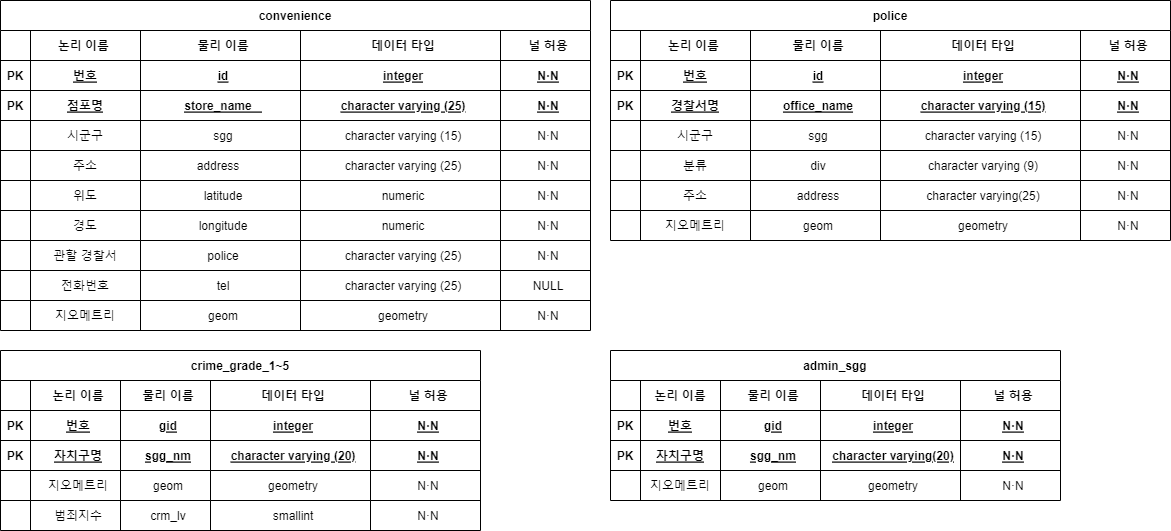
ssing365/ansimMap keeps this draw.io diagram as ERD.drawio.png. Above is the earlier version. Source tidied: cells renumbered, new cells last; positions are measured from the earlier drawing's top-left corner, leaving out a move shared by most shapes.
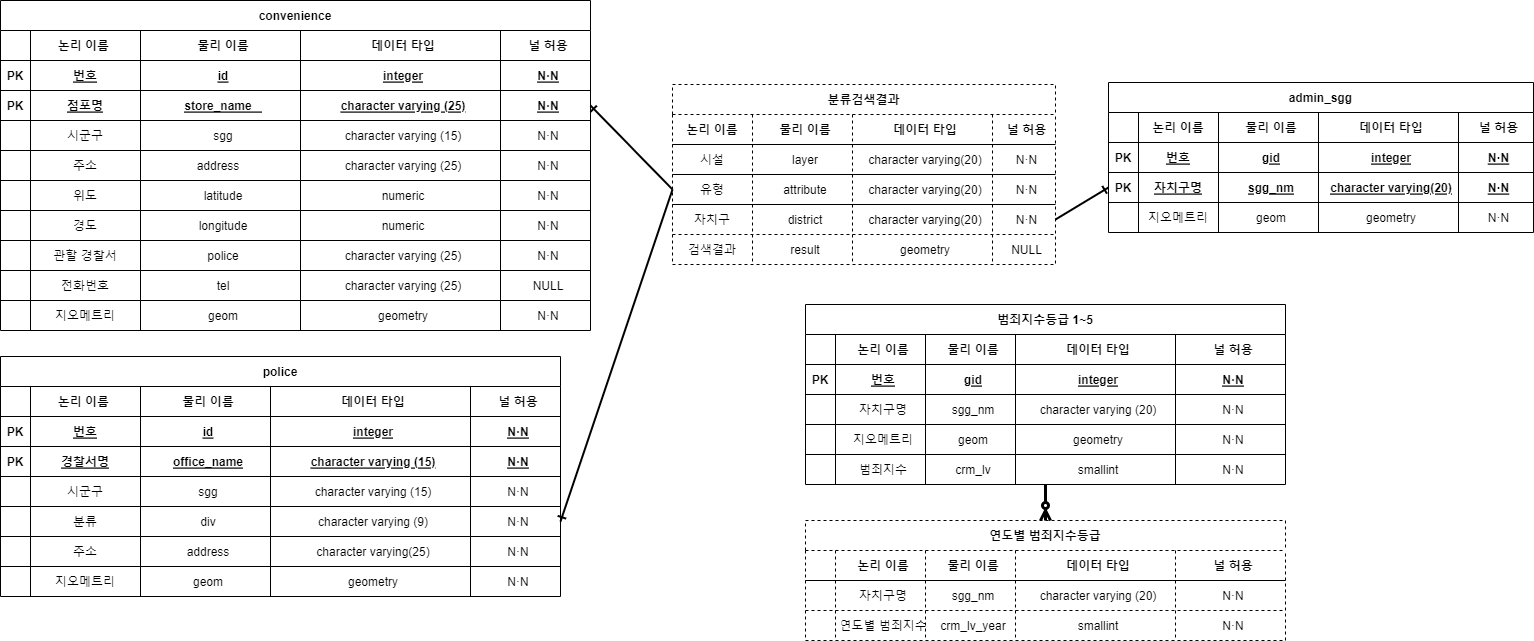
The same file after the commit.

Commit message:
ERD 업데이트

The edit, as a diff of the source:
```diff
@@ -3,7 +3,7 @@
     <mxCell id="0" />
     <mxCell id="1" parent="0" />
     <mxCell id="2" value="convenience" style="shape=table;startSize=30;rowLines=1;fontStyle=1;align=center;resizeLastRow=0;horizontal=1;" parent="1" vertex="1">
-      <mxGeometry width="590" height="330" as="geometry" />
+      <mxGeometry x="-169" y="-117" width="590" height="330" as="geometry" />
     </mxCell>
     <mxCell id="3" style="shape=partialRectangle;fillColor=none;top=0;left=0;right=0;bottom=1;" parent="2" vertex="1">
       <mxGeometry y="30" width="590" height="30" as="geometry" />
@@ -186,10 +186,10 @@
       <mxGeometry x="500" width="90" height="30" as="geometry" />
     </mxCell>
     <mxCell id="63" value="admin_sgg" style="shape=table;startSize=30;rowLines=0;fontStyle=1;align=center;" parent="1" vertex="1">
-      <mxGeometry x="610" y="350" width="450" height="150" as="geometry" />
+      <mxGeometry x="939" y="-35" width="425" height="150" as="geometry" />
     </mxCell>
     <mxCell id="64" style="shape=tableRow;horizontal=0;startSize=0;swimlaneHead=0;swimlaneBody=0;fillColor=none;top=0;left=0;right=0;bottom=1;" parent="63" vertex="1">
-      <mxGeometry y="30" width="450" height="30" as="geometry" />
+      <mxGeometry y="30" width="425" height="30" as="geometry" />
     </mxCell>
     <mxCell id="65" style="shape=partialRectangle;fillColor=none;top=0;left=0;bottom=0;right=0;fontStyle=1;overflow=hidden;" parent="64" vertex="1">
       <mxGeometry width="30" height="30" as="geometry" />
@@ -204,10 +204,10 @@
       <mxGeometry x="210" width="140" height="30" as="geometry" />
     </mxCell>
     <mxCell id="69" value="널 허용" style="shape=partialRectangle;fillColor=none;top=0;left=0;bottom=0;right=0;align=center;spacingLeft=6;fontStyle=1;overflow=hidden;" parent="64" vertex="1">
-      <mxGeometry x="350" width="100" height="30" as="geometry" />
+      <mxGeometry x="350" width="75" height="30" as="geometry" />
     </mxCell>
     <mxCell id="70" style="shape=tableRow;horizontal=0;startSize=0;swimlaneHead=0;swimlaneBody=0;fillColor=none;top=0;left=0;right=0;bottom=1;" parent="63" vertex="1">
-      <mxGeometry y="60" width="450" height="30" as="geometry" />
+      <mxGeometry y="60" width="425" height="30" as="geometry" />
     </mxCell>
     <mxCell id="71" value="PK" style="shape=partialRectangle;fillColor=none;top=0;left=0;bottom=0;right=0;fontStyle=1;overflow=hidden;" parent="70" vertex="1">
       <mxGeometry width="30" height="30" as="geometry" />
@@ -222,10 +222,10 @@
       <mxGeometry x="210" width="140" height="30" as="geometry" />
     </mxCell>
     <mxCell id="75" value="N·N" style="shape=partialRectangle;fillColor=none;top=0;left=0;bottom=0;right=0;align=center;spacingLeft=6;fontStyle=5;overflow=hidden;" parent="70" vertex="1">
-      <mxGeometry x="350" width="100" height="30" as="geometry" />
+      <mxGeometry x="350" width="75" height="30" as="geometry" />
     </mxCell>
     <mxCell id="76" style="shape=tableRow;horizontal=0;startSize=0;swimlaneHead=0;swimlaneBody=0;fillColor=none;points=[[0,0.5],[1,0.5]];portConstraint=eastwest;top=0;left=0;right=0;bottom=1;" parent="63" vertex="1">
-      <mxGeometry y="90" width="450" height="30" as="geometry" />
+      <mxGeometry y="90" width="425" height="30" as="geometry" />
     </mxCell>
     <mxCell id="77" value="PK" style="shape=partialRectangle;fillColor=none;top=0;left=0;bottom=0;right=0;fontStyle=1;overflow=hidden;" parent="76" vertex="1">
       <mxGeometry width="30" height="30" as="geometry" />
@@ -240,10 +240,10 @@
       <mxGeometry x="210" width="140" height="30" as="geometry" />
     </mxCell>
     <mxCell id="81" value="N·N" style="shape=partialRectangle;fillColor=none;top=0;left=0;bottom=0;right=0;align=center;spacingLeft=6;fontStyle=5;overflow=hidden;" parent="76" vertex="1">
-      <mxGeometry x="350" width="100" height="30" as="geometry" />
+      <mxGeometry x="350" width="75" height="30" as="geometry" />
     </mxCell>
     <mxCell id="82" style="shape=tableRow;horizontal=0;startSize=0;swimlaneHead=0;swimlaneBody=0;fillColor=none;top=0;left=0;right=0;bottom=0;" parent="63" vertex="1">
-      <mxGeometry y="120" width="450" height="30" as="geometry" />
+      <mxGeometry y="120" width="425" height="30" as="geometry" />
     </mxCell>
     <mxCell id="83" style="shape=partialRectangle;fillColor=none;top=0;left=0;bottom=0;right=0;overflow=hidden;" parent="82" vertex="1">
       <mxGeometry width="30" height="30" as="geometry" />
@@ -258,10 +258,10 @@
       <mxGeometry x="210" width="140" height="30" as="geometry" />
     </mxCell>
     <mxCell id="87" value="N·N" style="shape=partialRectangle;fillColor=none;top=0;left=0;bottom=0;right=0;align=center;spacingLeft=6;overflow=hidden;" parent="82" vertex="1">
-      <mxGeometry x="350" width="100" height="30" as="geometry" />
+      <mxGeometry x="350" width="75" height="30" as="geometry" />
     </mxCell>
     <mxCell id="88" value="police" style="shape=table;startSize=30;rowLines=1;fontStyle=1;align=center;resizeLastRow=0;horizontal=1;" parent="1" vertex="1">
-      <mxGeometry x="610" width="560" height="240" as="geometry" />
+      <mxGeometry x="-169" y="239" width="560" height="240" as="geometry" />
     </mxCell>
     <mxCell id="89" style="shape=partialRectangle;fillColor=none;top=0;left=0;right=0;bottom=1;" parent="88" vertex="1">
       <mxGeometry y="30" width="560" height="30" as="geometry" />
@@ -389,8 +389,8 @@
     <mxCell id="130" value="N·N" style="shape=partialRectangle;overflow=hidden;fillColor=none;top=0;left=0;bottom=0;right=0;align=center;spacingLeft=6;" parent="125" vertex="1">
       <mxGeometry x="470" width="90" height="30" as="geometry" />
     </mxCell>
-    <mxCell id="131" value="crime_grade_1~5" style="shape=table;startSize=30;rowLines=1;fontStyle=1;align=center;" parent="1" vertex="1">
-      <mxGeometry y="350" width="480" height="180" as="geometry" />
+    <mxCell id="131" value="범죄지수등급 1~5" style="shape=table;startSize=30;rowLines=1;fontStyle=1;align=center;" parent="1" vertex="1">
+      <mxGeometry x="636" y="187" width="480" height="180" as="geometry" />
     </mxCell>
     <mxCell id="132" style="shape=tableRow;horizontal=0;startSize=0;swimlaneHead=0;swimlaneBody=0;fillColor=none;top=0;left=0;right=0;bottom=1;" parent="131" vertex="1">
       <mxGeometry y="30" width="480" height="30" as="geometry" />
@@ -431,19 +431,19 @@
     <mxCell id="144" style="shape=tableRow;horizontal=0;startSize=0;swimlaneHead=0;swimlaneBody=0;fillColor=none;top=0;left=0;right=0;bottom=0;" parent="131" vertex="1">
       <mxGeometry y="90" width="480" height="30" as="geometry" />
     </mxCell>
-    <mxCell id="145" value="PK" style="shape=partialRectangle;fillColor=none;top=0;left=0;bottom=0;right=0;overflow=hidden;fontStyle=1;" parent="144" vertex="1">
+    <mxCell id="145" style="shape=partialRectangle;fillColor=none;top=0;left=0;bottom=0;right=0;overflow=hidden;fontStyle=1;" parent="144" vertex="1">
       <mxGeometry width="30" height="30" as="geometry" />
     </mxCell>
-    <mxCell id="146" value="자치구명" style="shape=partialRectangle;fillColor=none;top=0;left=0;bottom=0;right=0;align=center;spacingLeft=6;overflow=hidden;fontStyle=5;" parent="144" vertex="1">
+    <mxCell id="146" value="자치구명" style="shape=partialRectangle;fillColor=none;top=0;left=0;bottom=0;right=0;align=center;spacingLeft=6;overflow=hidden;fontStyle=0;" parent="144" vertex="1">
       <mxGeometry x="30" width="90" height="30" as="geometry" />
     </mxCell>
-    <mxCell id="147" value="sgg_nm" style="shape=partialRectangle;fillColor=none;top=0;left=0;bottom=0;right=0;align=center;spacingLeft=6;overflow=hidden;fontStyle=5;" parent="144" vertex="1">
+    <mxCell id="147" value="sgg_nm" style="shape=partialRectangle;fillColor=none;top=0;left=0;bottom=0;right=0;align=center;spacingLeft=6;overflow=hidden;fontStyle=0;" parent="144" vertex="1">
       <mxGeometry x="120" width="90" height="30" as="geometry" />
     </mxCell>
-    <mxCell id="148" value="character varying (20)" style="shape=partialRectangle;fillColor=none;top=0;left=0;bottom=0;right=0;align=center;spacingLeft=6;overflow=hidden;fontStyle=5;" parent="144" vertex="1">
+    <mxCell id="148" value="character varying (20)" style="shape=partialRectangle;fillColor=none;top=0;left=0;bottom=0;right=0;align=center;spacingLeft=6;overflow=hidden;fontStyle=0;" parent="144" vertex="1">
       <mxGeometry x="210" width="160" height="30" as="geometry" />
     </mxCell>
-    <mxCell id="149" value="N·N" style="shape=partialRectangle;fillColor=none;top=0;left=0;bottom=0;right=0;align=center;spacingLeft=6;overflow=hidden;fontStyle=5;" parent="144" vertex="1">
+    <mxCell id="149" value="N·N" style="shape=partialRectangle;fillColor=none;top=0;left=0;bottom=0;right=0;align=center;spacingLeft=6;overflow=hidden;fontStyle=0;" parent="144" vertex="1">
       <mxGeometry x="370" width="110" height="30" as="geometry" />
     </mxCell>
     <mxCell id="150" style="shape=tableRow;horizontal=0;startSize=0;swimlaneHead=0;swimlaneBody=0;fillColor=none;top=0;left=0;right=0;bottom=0;" parent="131" vertex="1">
@@ -482,5 +482,152 @@
     <mxCell id="161" value="N·N" style="shape=partialRectangle;fillColor=none;top=0;left=0;bottom=0;right=0;align=center;spacingLeft=6;overflow=hidden;" parent="156" vertex="1">
       <mxGeometry x="370" width="110" height="30" as="geometry" />
     </mxCell>
+    <mxCell id="162" value="연도별 범죄지수등급" style="shape=table;startSize=30;rowLines=1;fontStyle=1;align=center;dashed=1;" parent="1" vertex="1">
+      <mxGeometry x="636" y="403" width="480" height="120" as="geometry" />
+    </mxCell>
+    <mxCell id="163" style="shape=tableRow;horizontal=0;startSize=0;swimlaneHead=0;swimlaneBody=0;fillColor=none;top=0;left=0;right=0;bottom=1;" parent="162" vertex="1">
+      <mxGeometry y="30" width="480" height="30" as="geometry" />
+    </mxCell>
+    <mxCell id="164" style="shape=partialRectangle;fillColor=none;top=0;left=0;bottom=0;right=0;fontStyle=1;overflow=hidden;" parent="163" vertex="1">
+      <mxGeometry width="30" height="30" as="geometry" />
+    </mxCell>
+    <mxCell id="165" value="논리 이름" style="shape=partialRectangle;fillColor=none;top=0;left=0;bottom=0;right=0;align=center;spacingLeft=6;fontStyle=1;overflow=hidden;" parent="163" vertex="1">
+      <mxGeometry x="30" width="90" height="30" as="geometry" />
+    </mxCell>
+    <mxCell id="166" value="물리 이름" style="shape=partialRectangle;fillColor=none;top=0;left=0;bottom=0;right=0;align=center;spacingLeft=6;fontStyle=1;overflow=hidden;" parent="163" vertex="1">
+      <mxGeometry x="120" width="90" height="30" as="geometry" />
+    </mxCell>
+    <mxCell id="167" value="데이터 타입" style="shape=partialRectangle;fillColor=none;top=0;left=0;bottom=0;right=0;align=center;spacingLeft=6;fontStyle=1;overflow=hidden;" parent="163" vertex="1">
+      <mxGeometry x="210" width="160" height="30" as="geometry" />
+    </mxCell>
+    <mxCell id="168" value="널 허용" style="shape=partialRectangle;fillColor=none;top=0;left=0;bottom=0;right=0;align=center;spacingLeft=6;fontStyle=1;overflow=hidden;" parent="163" vertex="1">
+      <mxGeometry x="370" width="110" height="30" as="geometry" />
+    </mxCell>
+    <mxCell id="169" style="shape=tableRow;horizontal=0;startSize=0;swimlaneHead=0;swimlaneBody=0;fillColor=none;top=0;left=0;right=0;bottom=0;" parent="162" vertex="1">
+      <mxGeometry y="60" width="480" height="30" as="geometry" />
+    </mxCell>
+    <mxCell id="170" style="shape=partialRectangle;fillColor=none;top=0;left=0;bottom=0;right=0;overflow=hidden;" parent="169" vertex="1">
+      <mxGeometry width="30" height="30" as="geometry" />
+    </mxCell>
+    <mxCell id="171" value="자치구명" style="shape=partialRectangle;fillColor=none;top=0;left=0;bottom=0;right=0;align=center;spacingLeft=6;overflow=hidden;" parent="169" vertex="1">
+      <mxGeometry x="30" width="90" height="30" as="geometry" />
+    </mxCell>
+    <mxCell id="172" value="sgg_nm" style="shape=partialRectangle;fillColor=none;top=0;left=0;bottom=0;right=0;align=center;spacingLeft=6;overflow=hidden;" parent="169" vertex="1">
+      <mxGeometry x="120" width="90" height="30" as="geometry" />
+    </mxCell>
+    <mxCell id="173" value="character varying (20)" style="shape=partialRectangle;fillColor=none;top=0;left=0;bottom=0;right=0;align=center;spacingLeft=6;overflow=hidden;" parent="169" vertex="1">
+      <mxGeometry x="210" width="160" height="30" as="geometry" />
+    </mxCell>
+    <mxCell id="174" value="N·N" style="shape=partialRectangle;fillColor=none;top=0;left=0;bottom=0;right=0;align=center;spacingLeft=6;overflow=hidden;" parent="169" vertex="1">
+      <mxGeometry x="370" width="110" height="30" as="geometry" />
+    </mxCell>
+    <mxCell id="175" style="shape=tableRow;horizontal=0;startSize=0;swimlaneHead=0;swimlaneBody=0;fillColor=none;top=0;left=0;right=0;bottom=0;" parent="162" vertex="1">
+      <mxGeometry y="90" width="480" height="30" as="geometry" />
+    </mxCell>
+    <mxCell id="176" style="shape=partialRectangle;fillColor=none;top=0;left=0;bottom=0;right=0;overflow=hidden;" parent="175" vertex="1">
+      <mxGeometry width="30" height="30" as="geometry" />
+    </mxCell>
+    <mxCell id="177" value="연도별 범죄지수" style="shape=partialRectangle;fillColor=none;top=0;left=0;bottom=0;right=0;align=center;spacingLeft=6;overflow=hidden;" parent="175" vertex="1">
+      <mxGeometry x="30" width="90" height="30" as="geometry" />
+    </mxCell>
+    <mxCell id="178" value="crm_lv_year" style="shape=partialRectangle;fillColor=none;top=0;left=0;bottom=0;right=0;align=center;spacingLeft=6;overflow=hidden;" parent="175" vertex="1">
+      <mxGeometry x="120" width="90" height="30" as="geometry" />
+    </mxCell>
+    <mxCell id="179" value="smallint" style="shape=partialRectangle;fillColor=none;top=0;left=0;bottom=0;right=0;align=center;spacingLeft=6;overflow=hidden;" parent="175" vertex="1">
+      <mxGeometry x="210" width="160" height="30" as="geometry" />
+    </mxCell>
+    <mxCell id="180" value="N·N" style="shape=partialRectangle;fillColor=none;top=0;left=0;bottom=0;right=0;align=center;spacingLeft=6;overflow=hidden;" parent="175" vertex="1">
+      <mxGeometry x="370" width="110" height="30" as="geometry" />
+    </mxCell>
+    <mxCell id="181" value="분류검색결과" style="shape=table;startSize=30;rowLines=1;fontStyle=1;align=center;dashed=1;" parent="1" vertex="1">
+      <mxGeometry x="503" y="-33" width="383" height="180" as="geometry" />
+    </mxCell>
+    <mxCell id="182" style="shape=tableRow;horizontal=0;startSize=0;swimlaneHead=0;swimlaneBody=0;fillColor=none;top=0;left=0;right=0;bottom=1;" parent="181" vertex="1">
+      <mxGeometry y="30" width="383" height="30" as="geometry" />
+    </mxCell>
+    <mxCell id="183" value="논리 이름" style="shape=partialRectangle;fillColor=none;top=0;left=0;bottom=0;right=0;fontStyle=1;overflow=hidden;align=center;" parent="182" vertex="1">
+      <mxGeometry width="80" height="30" as="geometry" />
+    </mxCell>
+    <mxCell id="184" value="물리 이름" style="shape=partialRectangle;fillColor=none;top=0;left=0;bottom=0;right=0;align=center;spacingLeft=6;fontStyle=1;overflow=hidden;" parent="182" vertex="1">
+      <mxGeometry x="80" width="100" height="30" as="geometry" />
+    </mxCell>
+    <mxCell id="185" value="데이터 타입" style="shape=partialRectangle;fillColor=none;top=0;left=0;bottom=0;right=0;align=center;spacingLeft=6;fontStyle=1;overflow=hidden;" parent="182" vertex="1">
+      <mxGeometry x="180" width="140" height="30" as="geometry" />
+    </mxCell>
+    <mxCell id="186" value="널 허용" style="shape=partialRectangle;fillColor=none;top=0;left=0;bottom=0;right=0;align=center;spacingLeft=6;fontStyle=1;overflow=hidden;" parent="182" vertex="1">
+      <mxGeometry x="320" width="63" height="30" as="geometry" />
+    </mxCell>
+    <mxCell id="187" style="shape=tableRow;horizontal=0;startSize=0;swimlaneHead=0;swimlaneBody=0;fillColor=none;top=0;left=0;right=0;bottom=1;" parent="181" vertex="1">
+      <mxGeometry y="60" width="383" height="30" as="geometry" />
+    </mxCell>
+    <mxCell id="188" value="시설" style="shape=partialRectangle;fillColor=none;top=0;left=0;bottom=0;right=0;fontStyle=0;overflow=hidden;align=center;" parent="187" vertex="1">
+      <mxGeometry width="80" height="30" as="geometry" />
+    </mxCell>
+    <mxCell id="189" value="layer" style="shape=partialRectangle;fillColor=none;top=0;left=0;bottom=0;right=0;align=center;spacingLeft=6;fontStyle=0;overflow=hidden;" parent="187" vertex="1">
+      <mxGeometry x="80" width="100" height="30" as="geometry" />
+    </mxCell>
+    <mxCell id="190" value="character varying(20)" style="shape=partialRectangle;fillColor=none;top=0;left=0;bottom=0;right=0;align=center;spacingLeft=6;fontStyle=0;overflow=hidden;dashed=1;" parent="187" vertex="1">
+      <mxGeometry x="180" width="140" height="30" as="geometry" />
+    </mxCell>
+    <mxCell id="191" value="N·N" style="shape=partialRectangle;fillColor=none;top=0;left=0;bottom=0;right=0;align=center;spacingLeft=6;fontStyle=0;overflow=hidden;" parent="187" vertex="1">
+      <mxGeometry x="320" width="63" height="30" as="geometry" />
+    </mxCell>
+    <mxCell id="192" style="shape=tableRow;horizontal=0;startSize=0;swimlaneHead=0;swimlaneBody=0;fillColor=none;points=[[0,0.5],[1,0.5]];portConstraint=eastwest;top=0;left=0;right=0;bottom=1;" parent="181" vertex="1">
+      <mxGeometry y="90" width="383" height="30" as="geometry" />
+    </mxCell>
+    <mxCell id="193" value="유형" style="shape=partialRectangle;fillColor=none;top=0;left=0;bottom=0;right=0;fontStyle=0;overflow=hidden;align=center;" parent="192" vertex="1">
+      <mxGeometry width="80" height="30" as="geometry" />
+    </mxCell>
+    <mxCell id="194" value="attribute" style="shape=partialRectangle;fillColor=none;top=0;left=0;bottom=0;right=0;align=center;spacingLeft=6;fontStyle=0;overflow=hidden;" parent="192" vertex="1">
+      <mxGeometry x="80" width="100" height="30" as="geometry" />
+    </mxCell>
+    <mxCell id="195" value="character varying(20)" style="shape=partialRectangle;fillColor=none;top=0;left=0;bottom=0;right=0;align=center;spacingLeft=6;fontStyle=0;overflow=hidden;" parent="192" vertex="1">
+      <mxGeometry x="180" width="140" height="30" as="geometry" />
+    </mxCell>
+    <mxCell id="196" value="N·N" style="shape=partialRectangle;fillColor=none;top=0;left=0;bottom=0;right=0;align=center;spacingLeft=6;fontStyle=0;overflow=hidden;" parent="192" vertex="1">
+      <mxGeometry x="320" width="63" height="30" as="geometry" />
+    </mxCell>
+    <mxCell id="197" style="shape=tableRow;horizontal=0;startSize=0;swimlaneHead=0;swimlaneBody=0;fillColor=none;points=[[0,0.5],[1,0.5]];portConstraint=eastwest;top=0;left=0;right=0;bottom=0;" parent="181" vertex="1">
+      <mxGeometry y="120" width="383" height="30" as="geometry" />
+    </mxCell>
+    <mxCell id="198" value="자치구" style="shape=partialRectangle;fillColor=none;top=0;left=0;bottom=0;right=0;overflow=hidden;align=center;" parent="197" vertex="1">
+      <mxGeometry width="80" height="30" as="geometry" />
+    </mxCell>
+    <mxCell id="199" value="district" style="shape=partialRectangle;fillColor=none;top=0;left=0;bottom=0;right=0;align=center;spacingLeft=6;overflow=hidden;" parent="197" vertex="1">
+      <mxGeometry x="80" width="100" height="30" as="geometry" />
+    </mxCell>
+    <mxCell id="200" value="character varying(20)" style="shape=partialRectangle;fillColor=none;top=0;left=0;bottom=0;right=0;align=center;spacingLeft=6;overflow=hidden;" parent="197" vertex="1">
+      <mxGeometry x="180" width="140" height="30" as="geometry" />
+    </mxCell>
+    <mxCell id="201" value="N·N" style="shape=partialRectangle;fillColor=none;top=0;left=0;bottom=0;right=0;align=center;spacingLeft=6;overflow=hidden;" parent="197" vertex="1">
+      <mxGeometry x="320" width="63" height="30" as="geometry" />
+    </mxCell>
+    <mxCell id="202" style="shape=tableRow;horizontal=0;startSize=0;swimlaneHead=0;swimlaneBody=0;fillColor=none;top=0;left=0;right=0;bottom=0;" parent="181" vertex="1">
+      <mxGeometry y="150" width="383" height="30" as="geometry" />
+    </mxCell>
+    <mxCell id="203" value="검색결과" style="shape=partialRectangle;fillColor=none;top=0;left=0;bottom=0;right=0;overflow=hidden;align=center;" parent="202" vertex="1">
+      <mxGeometry width="80" height="30" as="geometry" />
+    </mxCell>
+    <mxCell id="204" value="result" style="shape=partialRectangle;fillColor=none;top=0;left=0;bottom=0;right=0;align=center;spacingLeft=6;overflow=hidden;" parent="202" vertex="1">
+      <mxGeometry x="80" width="100" height="30" as="geometry" />
+    </mxCell>
+    <mxCell id="205" value="geometry" style="shape=partialRectangle;fillColor=none;top=0;left=0;bottom=0;right=0;align=center;spacingLeft=6;overflow=hidden;" parent="202" vertex="1">
+      <mxGeometry x="180" width="140" height="30" as="geometry" />
+    </mxCell>
+    <mxCell id="206" value="NULL" style="shape=partialRectangle;fillColor=none;top=0;left=0;bottom=0;right=0;align=center;spacingLeft=6;overflow=hidden;" parent="202" vertex="1">
+      <mxGeometry x="320" width="63" height="30" as="geometry" />
+    </mxCell>
+    <mxCell id="207" style="fontSize=12;html=1;endArrow=ERzeroToMany;endFill=1;strokeWidth=3;rounded=0;entryX=0.5;entryY=0;entryDx=0;entryDy=0;" parent="1" edge="1" source="156" target="162">
+      <mxGeometry relative="1" as="geometry" />
+    </mxCell>
+    <mxCell id="208" style="fontSize=12;html=1;endArrow=ERone;endFill=1;rounded=0;strokeWidth=2;entryX=1;entryY=0.5;entryDx=0;entryDy=0;exitX=0;exitY=0.5;exitDx=0;exitDy=0;fontStyle=1;" parent="1" edge="1" source="192" target="113">
+      <mxGeometry relative="1" as="geometry" />
+    </mxCell>
+    <mxCell id="209" style="fontSize=12;html=1;endArrow=ERone;endFill=1;rounded=0;strokeWidth=2;exitX=0;exitY=0.5;exitDx=0;exitDy=0;entryX=1;entryY=0.5;entryDx=0;entryDy=0;" parent="1" edge="1" source="192" target="15">
+      <mxGeometry relative="1" as="geometry" />
+    </mxCell>
+    <mxCell id="210" style="fontSize=12;html=1;endArrow=ERone;endFill=1;rounded=0;strokeWidth=2;exitX=1;exitY=0.5;exitDx=0;exitDy=0;entryX=0;entryY=0.5;entryDx=0;entryDy=0;" parent="1" edge="1" source="197" target="76">
+      <mxGeometry relative="1" as="geometry" />
+    </mxCell>
   </root>
 </mxGraphModel>
```
